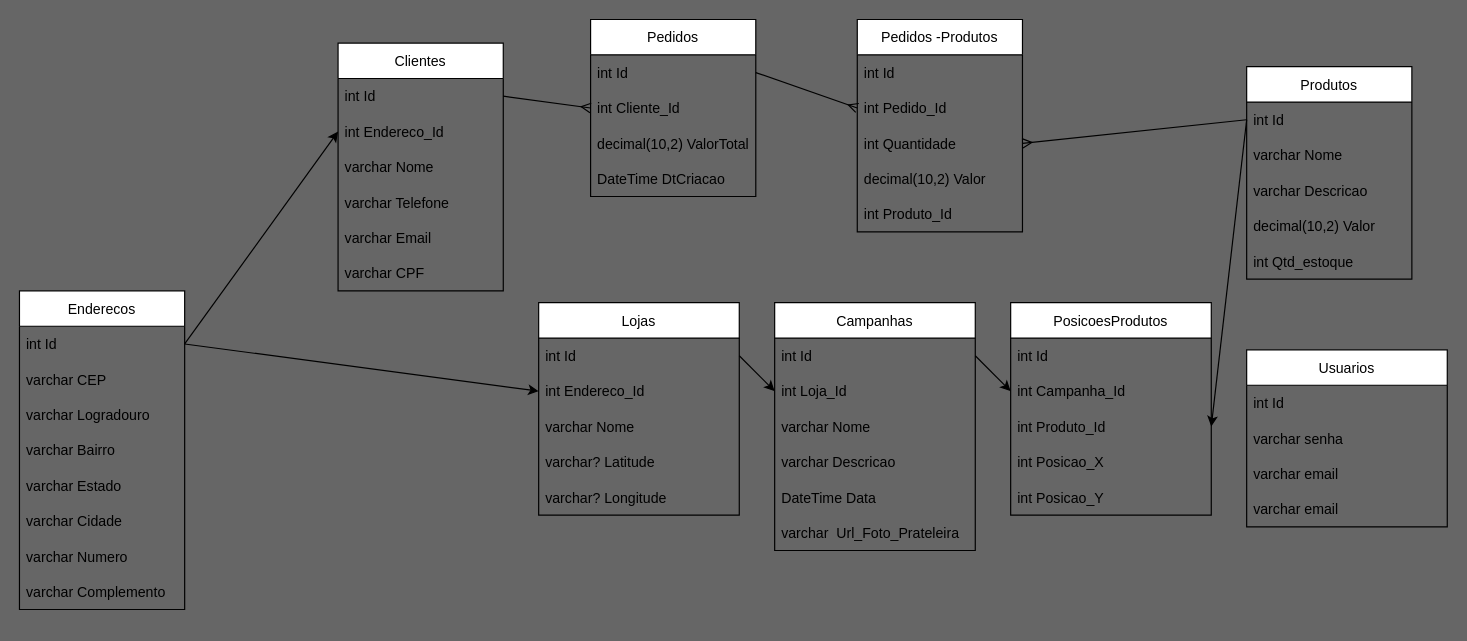
Before: draw.drawio in Luanftg/codigo-do-futuro-api-dotnet, a draw.io diagram. Source tidied: cells renumbered, new cells numbered last; positions are measured from the earlier drawing's top-left corner, leaving out a move shared by most shapes. Both pictures are drawn from the tidied source at 118%, with x=0, y=0 at pixel (19, 19).
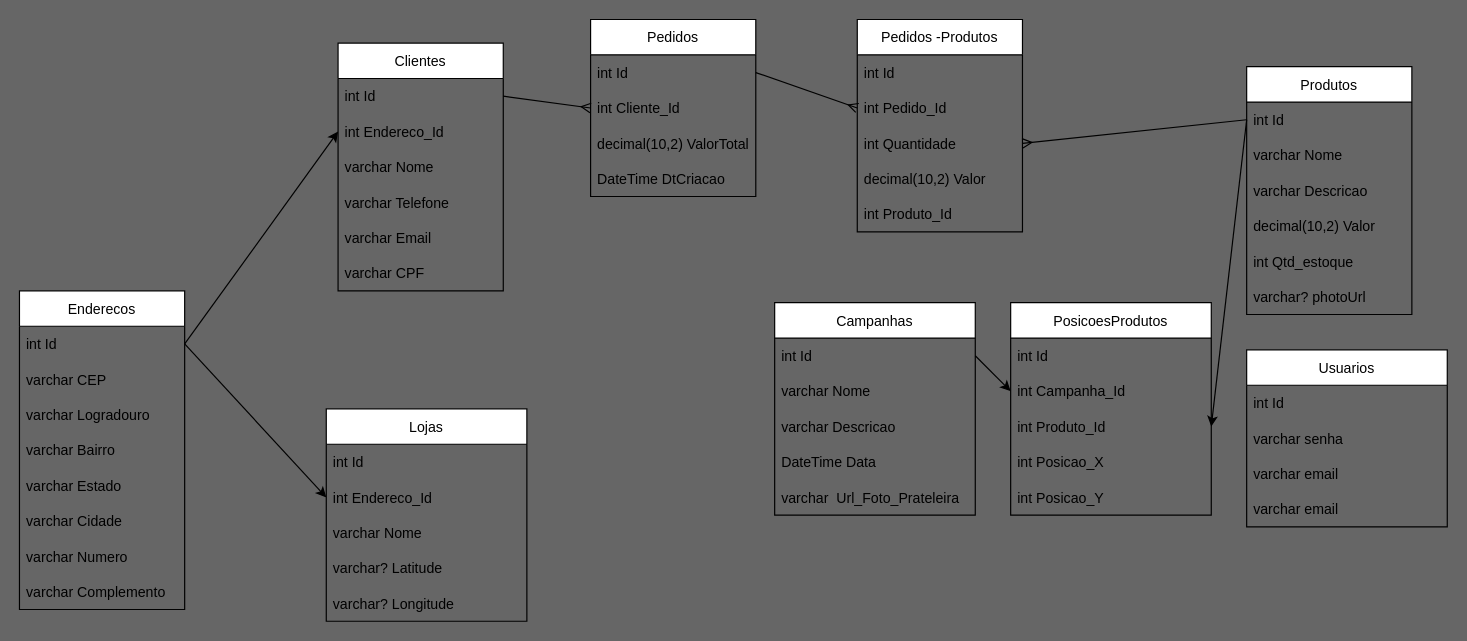
The same page after the edit.

Unchanged cells that the change refers to:
```xml
<mxCell id="30" value="int Id" style="text;strokeColor=none;fillColor=none;align=left;verticalAlign=middle;spacingLeft=4;spacingRight=4;overflow=hidden;points=[[0,0.5],[1,0.5]];portConstraint=eastwest;" parent="29" vertex="1">
  <mxGeometry y="30" width="170" height="30" as="geometry" />
</mxCell>
```

Diff of the diagram source:
```diff
@@
     <mxCell id="9" value="Produtos" style="swimlane;fontStyle=0;horizontal=1;startSize=30;" parent="1" vertex="1">
-      <mxGeometry x="1040" y="40" width="140" height="180" as="geometry" />
+      <mxGeometry x="1040" y="40" width="140" height="210" as="geometry" />
     </mxCell>
@@
+    <mxCell id="67" value="varchar? photoUrl" style="text;strokeColor=none;fillColor=none;align=left;verticalAlign=middle;spacingLeft=4;spacingRight=4;overflow=hidden;" parent="9" vertex="1">
+      <mxGeometry y="180" width="140" height="30" as="geometry" />
+    </mxCell>
@@
     <mxCell id="29" value="Lojas" style="swimlane;fontStyle=0;horizontal=1;startSize=30;" parent="1" vertex="1">
-      <mxGeometry x="440" y="240" width="170" height="180" as="geometry" />
+      <mxGeometry x="260" y="330" width="170" height="180" as="geometry" />
     </mxCell>
@@
     <mxCell id="41" value="Campanhas" style="swimlane;fontStyle=0;horizontal=1;startSize=30;" parent="1" vertex="1">
-      <mxGeometry x="640" y="240" width="170" height="210" as="geometry" />
+      <mxGeometry x="640" y="240" width="170" height="180" as="geometry" />
     </mxCell>
@@
-    <mxCell id="43" value="int Loja_Id" style="text;strokeColor=none;fillColor=none;align=left;verticalAlign=middle;spacingLeft=4;spacingRight=4;overflow=hidden;points=[[0,0.5],[1,0.5]];portConstraint=eastwest;" parent="41" vertex="1">
-      <mxGeometry y="60" width="170" height="30" as="geometry" />
-    </mxCell>
     <mxCell id="44" value="varchar Nome" style="text;strokeColor=none;fillColor=none;align=left;verticalAlign=middle;spacingLeft=4;spacingRight=4;overflow=hidden;" parent="41" vertex="1">
-      <mxGeometry y="90" width="170" height="30" as="geometry" />
+      <mxGeometry y="60" width="170" height="30" as="geometry" />
     </mxCell>
     <mxCell id="45" value="varchar Descricao" style="text;strokeColor=none;fillColor=none;align=left;verticalAlign=middle;spacingLeft=4;spacingRight=4;overflow=hidden;" parent="41" vertex="1">
-      <mxGeometry y="120" width="170" height="30" as="geometry" />
+      <mxGeometry y="90" width="170" height="30" as="geometry" />
     </mxCell>
     <mxCell id="46" value="DateTime Data" style="text;strokeColor=none;fillColor=none;align=left;verticalAlign=middle;spacingLeft=4;spacingRight=4;overflow=hidden;" parent="41" vertex="1">
-      <mxGeometry y="150" width="170" height="30" as="geometry" />
+      <mxGeometry y="120" width="170" height="30" as="geometry" />
     </mxCell>
     <mxCell id="47" value="varchar  Url_Foto_Prateleira" style="text;strokeColor=none;fillColor=none;align=left;verticalAlign=middle;spacingLeft=4;spacingRight=4;overflow=hidden;" parent="41" vertex="1">
-      <mxGeometry y="180" width="170" height="30" as="geometry" />
+      <mxGeometry y="150" width="170" height="30" as="geometry" />
     </mxCell>
@@
-    <mxCell id="50" style="edgeStyle=none;html=1;exitX=1;exitY=0.5;exitDx=0;exitDy=0;entryX=0;entryY=0.5;entryDx=0;entryDy=0;" parent="1" edge="1" source="30" target="43">
-      <mxGeometry relative="1" as="geometry" />
-    </mxCell>
```
